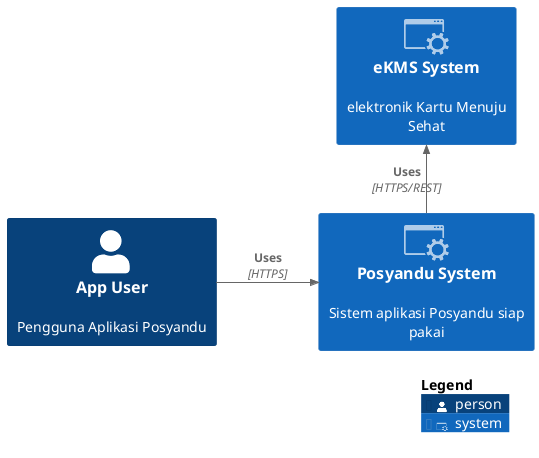
oskhar/ekms-microservices keeps this PlantUML diagram as docs/arch/system-context.png. Above is the earlier version.
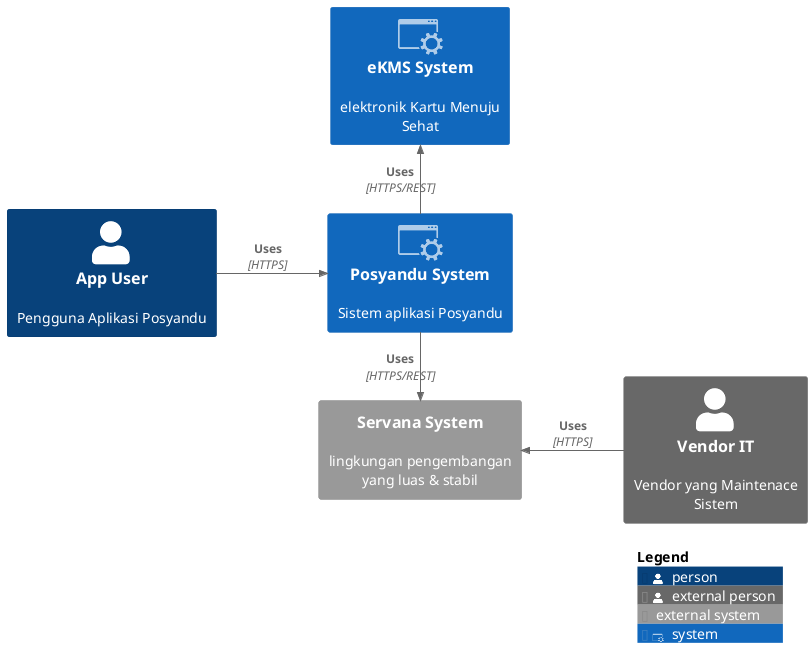
Later version of the same file.

The edit, as a diff of the source:
```diff
@@ -8,10 +8,14 @@
 AddSystemTag("conApp", $sprite="service_application", $legendText="system")
 
 Person(user, "App User", "Pengguna Aplikasi Posyandu")
-System(posyandu, "Posyandu System", "Sistem aplikasi Posyandu siap pakai", $tags="conApp")
+System(posyandu, "Posyandu System", "Sistem aplikasi Posyandu", $tags="conApp")
 System(eKMS, "eKMS System", "elektronik Kartu Menuju Sehat", "", $tags="conApp")
+System_Ext(servana, "Servana System", "lingkungan pengembangan yang luas & stabil")
+Person_Ext(user2, "Vendor IT", "Vendor yang Maintenace Sistem")
 
 Rel(user, posyandu, "Uses", "HTTPS")
 Rel_L(posyandu, eKMS, "Uses", "HTTPS/REST")
+Rel_R(posyandu, servana, "Uses", "HTTPS/REST")
+Rel_U(user2, servana, "Uses", "HTTPS")
 SHOW_LEGEND()
 @enduml
```
